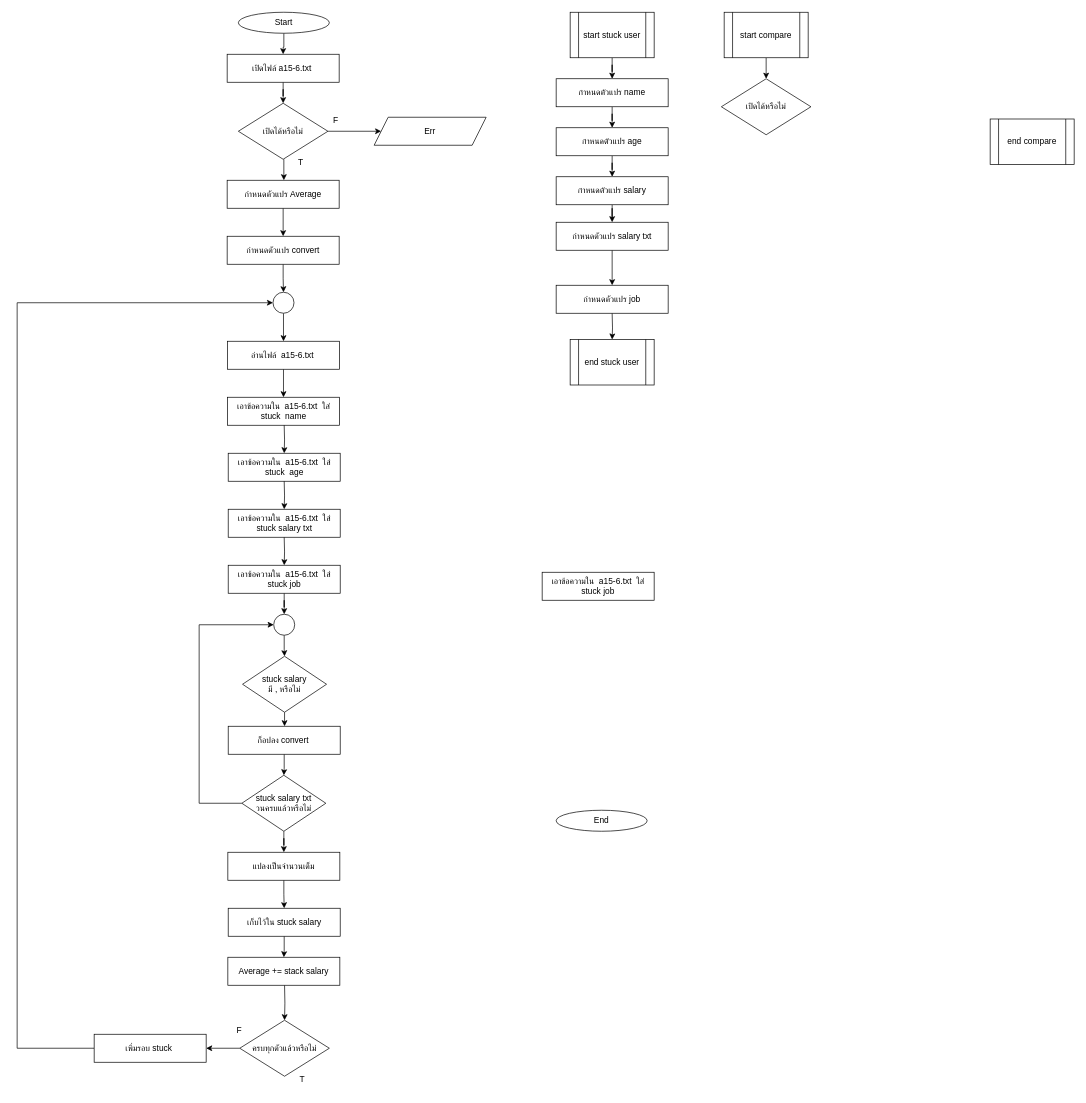
The draw.io diagram HW/HW15/hw15-6/hw15-6.drawio in aphiwat-window/ENGCE117, before the edit. Source tidied: cells renumbered, new cells numbered last; positions are measured from the earlier drawing's top-left corner, leaving out a move shared by most shapes. Both pictures are drawn from the tidied source at 70%, with x=0, y=0 at pixel (17, 12).
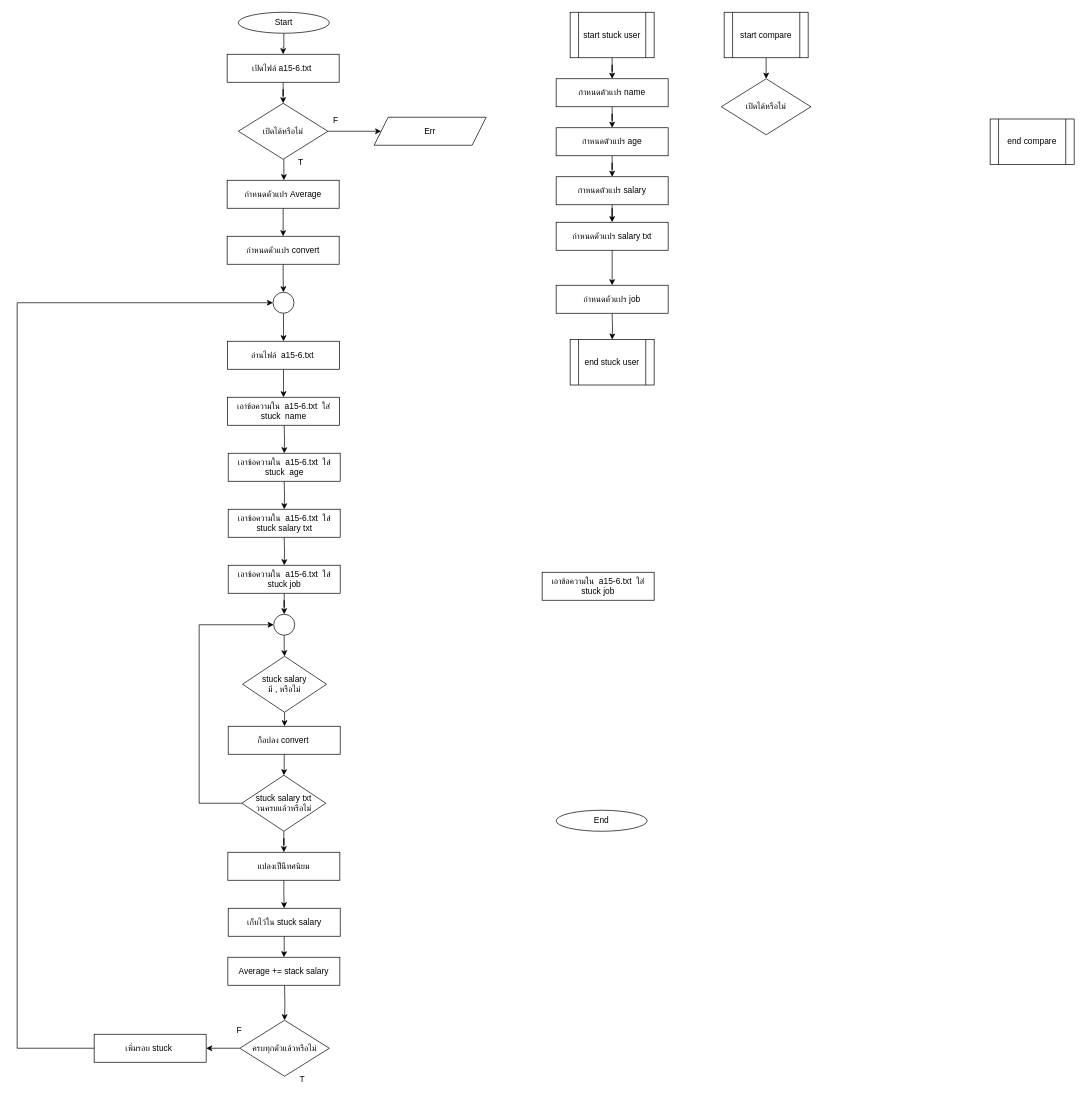
The same page after the edit.

Diff of the diagram source:
```diff
@@
-    <mxCell id="64" value="แปลงเป็นจำนวนเต็ม" style="rounded=0;whiteSpace=wrap;html=1;" parent="1" vertex="1">
+    <mxCell id="64" value="แปลงเป็นืทศนิยม" style="rounded=0;whiteSpace=wrap;html=1;" parent="1" vertex="1">
       <mxGeometry x="301" y="1200" width="160" height="40" as="geometry" />
     </mxCell>
```
